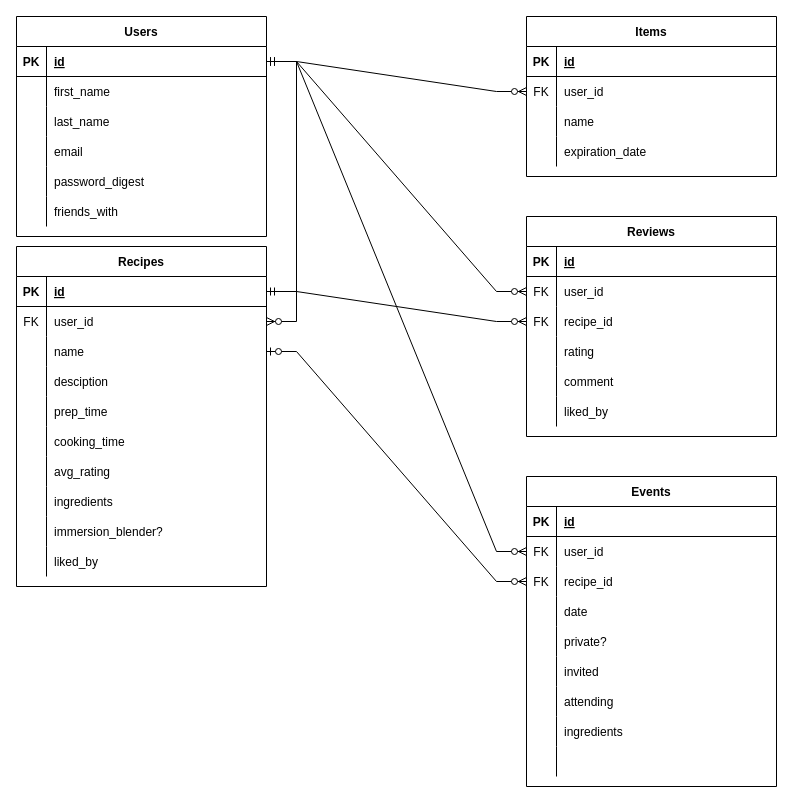
The draw.io diagram docs/ERD.drawio in Eruzai/soup_pot, before the edit. Source tidied: cells renumbered, new cells numbered last; positions are measured from the earlier drawing's top-left corner, leaving out a move shared by most shapes. Both pictures are drawn from the tidied source at 100%, with x=0, y=0 at pixel (16, 16).
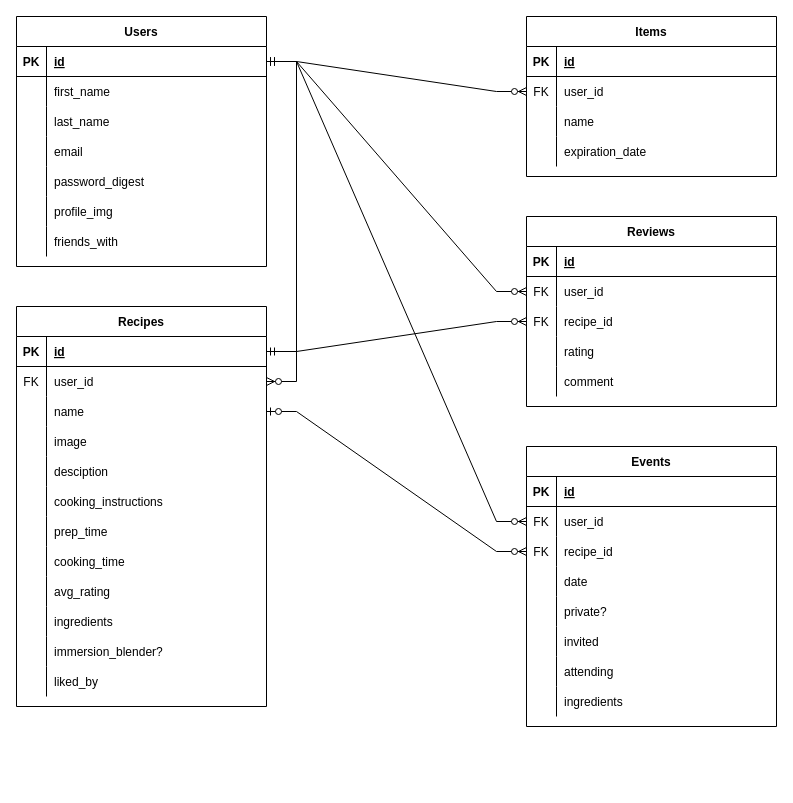
The same page after the edit.

Diff of the diagram source:
```diff
@@
     <mxCell id="2" value="Users" style="shape=table;startSize=30;childLayout=tableLayout;rowLines=0;fontStyle=1;align=center;" parent="1" vertex="1">
-      <mxGeometry width="250" height="220" as="geometry" />
+      <mxGeometry width="250" height="250" as="geometry" />
     </mxCell>
@@
+    <mxCell id="118" style="shape=partialRectangle;fillColor=none;top=0;left=0;right=0;bottom=0;" parent="2" vertex="1">
+      <mxGeometry y="180" width="250" height="30" as="geometry" />
+    </mxCell>
+    <mxCell id="119" style="shape=partialRectangle;overflow=hidden;fillColor=none;top=0;left=0;bottom=0;right=0;" parent="118" vertex="1">
+      <mxGeometry width="30" height="30" as="geometry" />
+    </mxCell>
+    <mxCell id="120" value="profile_img" style="shape=partialRectangle;overflow=hidden;fillColor=none;top=0;left=0;bottom=0;right=0;align=left;spacingLeft=6;" parent="118" vertex="1">
+      <mxGeometry x="30" width="220" height="30" as="geometry" />
+    </mxCell>
     <mxCell id="18" style="shape=partialRectangle;fillColor=none;top=0;left=0;right=0;bottom=0;" parent="2" vertex="1">
-      <mxGeometry y="180" width="250" height="30" as="geometry" />
+      <mxGeometry y="210" width="250" height="30" as="geometry" />
     </mxCell>
@@
     <mxCell id="21" value="Recipes" style="shape=table;startSize=30;childLayout=tableLayout;rowLines=0;fontStyle=1;align=center;" parent="1" vertex="1">
-      <mxGeometry y="230" width="250" height="340" as="geometry" />
+      <mxGeometry y="290" width="250" height="400" as="geometry" />
     </mxCell>
@@
+    <mxCell id="121" style="shape=partialRectangle;fillColor=none;top=0;left=0;right=0;bottom=0;" parent="21" vertex="1">
+      <mxGeometry y="120" width="250" height="30" as="geometry" />
+    </mxCell>
+    <mxCell id="122" style="shape=partialRectangle;overflow=hidden;fillColor=none;top=0;left=0;bottom=0;right=0;" parent="121" vertex="1">
+      <mxGeometry width="30" height="30" as="geometry" />
+    </mxCell>
+    <mxCell id="123" value="image" style="shape=partialRectangle;overflow=hidden;fillColor=none;top=0;left=0;bottom=0;right=0;align=left;spacingLeft=6;" parent="121" vertex="1">
+      <mxGeometry x="30" width="220" height="30" as="geometry" />
+    </mxCell>
     <mxCell id="31" style="shape=partialRectangle;fillColor=none;top=0;left=0;right=0;bottom=0;" parent="21" vertex="1">
-      <mxGeometry y="120" width="250" height="30" as="geometry" />
+      <mxGeometry y="150" width="250" height="30" as="geometry" />
     </mxCell>
@@
+    <mxCell id="124" style="shape=partialRectangle;fillColor=none;top=0;left=0;right=0;bottom=0;" parent="21" vertex="1">
+      <mxGeometry y="180" width="250" height="30" as="geometry" />
+    </mxCell>
+    <mxCell id="125" style="shape=partialRectangle;overflow=hidden;fillColor=none;top=0;left=0;bottom=0;right=0;" parent="124" vertex="1">
+      <mxGeometry width="30" height="30" as="geometry" />
+    </mxCell>
+    <mxCell id="126" value="cooking_instructions" style="shape=partialRectangle;overflow=hidden;fillColor=none;top=0;left=0;bottom=0;right=0;align=left;spacingLeft=6;" parent="124" vertex="1">
+      <mxGeometry x="30" width="220" height="30" as="geometry" />
+    </mxCell>
     <mxCell id="34" style="shape=partialRectangle;fillColor=none;top=0;left=0;right=0;bottom=0;" parent="21" vertex="1">
-      <mxGeometry y="150" width="250" height="30" as="geometry" />
+      <mxGeometry y="210" width="250" height="30" as="geometry" />
     </mxCell>
@@
     <mxCell id="37" style="shape=partialRectangle;fillColor=none;top=0;left=0;right=0;bottom=0;" parent="21" vertex="1">
-      <mxGeometry y="180" width="250" height="30" as="geometry" />
+      <mxGeometry y="240" width="250" height="30" as="geometry" />
     </mxCell>
@@
     <mxCell id="40" style="shape=partialRectangle;fillColor=none;top=0;left=0;right=0;bottom=0;" parent="21" vertex="1">
-      <mxGeometry y="210" width="250" height="30" as="geometry" />
+      <mxGeometry y="270" width="250" height="30" as="geometry" />
     </mxCell>
@@
     <mxCell id="43" style="shape=partialRectangle;fillColor=none;top=0;left=0;right=0;bottom=0;" parent="21" vertex="1">
-      <mxGeometry y="240" width="250" height="30" as="geometry" />
+      <mxGeometry y="300" width="250" height="30" as="geometry" />
     </mxCell>
@@
     <mxCell id="46" style="shape=partialRectangle;fillColor=none;top=0;left=0;right=0;bottom=0;" parent="21" vertex="1">
-      <mxGeometry y="270" width="250" height="30" as="geometry" />
+      <mxGeometry y="330" width="250" height="30" as="geometry" />
     </mxCell>
@@
     <mxCell id="49" style="shape=partialRectangle;fillColor=none;top=0;left=0;right=0;bottom=0;" parent="21" vertex="1">
-      <mxGeometry y="300" width="250" height="30" as="geometry" />
+      <mxGeometry y="360" width="250" height="30" as="geometry" />
     </mxCell>
@@
     <mxCell id="65" value="Reviews" style="shape=table;startSize=30;childLayout=tableLayout;rowLines=0;fontStyle=1;align=center;" parent="1" vertex="1">
-      <mxGeometry x="510" y="200" width="250" height="220" as="geometry" />
+      <mxGeometry x="510" y="200" width="250" height="190" as="geometry" />
     </mxCell>
@@
-    <mxCell id="81" style="shape=partialRectangle;fillColor=none;top=0;left=0;right=0;bottom=0;" parent="65" vertex="1">
-      <mxGeometry y="180" width="250" height="30" as="geometry" />
-    </mxCell>
-    <mxCell id="82" style="shape=partialRectangle;overflow=hidden;fillColor=none;top=0;left=0;bottom=0;right=0;" parent="81" vertex="1">
-      <mxGeometry width="30" height="30" as="geometry" />
-    </mxCell>
-    <mxCell id="83" value="liked_by" style="shape=partialRectangle;overflow=hidden;fillColor=none;top=0;left=0;bottom=0;right=0;align=left;spacingLeft=6;" parent="81" vertex="1">
-      <mxGeometry x="30" width="220" height="30" as="geometry" />
-    </mxCell>
     <mxCell id="84" value="Events" style="shape=table;startSize=30;childLayout=tableLayout;rowLines=0;fontStyle=1;align=center;" parent="1" vertex="1">
-      <mxGeometry x="510" y="460" width="250" height="310" as="geometry" />
+      <mxGeometry x="510" y="430" width="250" height="280" as="geometry" />
     </mxCell>
@@
-    <mxCell id="109" style="shape=partialRectangle;fillColor=none;top=0;left=0;right=0;bottom=0;" parent="84" vertex="1">
-      <mxGeometry y="270" width="250" height="30" as="geometry" />
-    </mxCell>
-    <mxCell id="110" style="shape=partialRectangle;overflow=hidden;fillColor=none;top=0;left=0;bottom=0;right=0;" parent="109" vertex="1">
-      <mxGeometry width="30" height="30" as="geometry" />
-    </mxCell>
-    <mxCell id="111" style="shape=partialRectangle;overflow=hidden;fillColor=none;top=0;left=0;bottom=0;right=0;align=left;spacingLeft=6;" parent="109" vertex="1">
-      <mxGeometry x="30" width="220" height="30" as="geometry" />
-    </mxCell>
```
